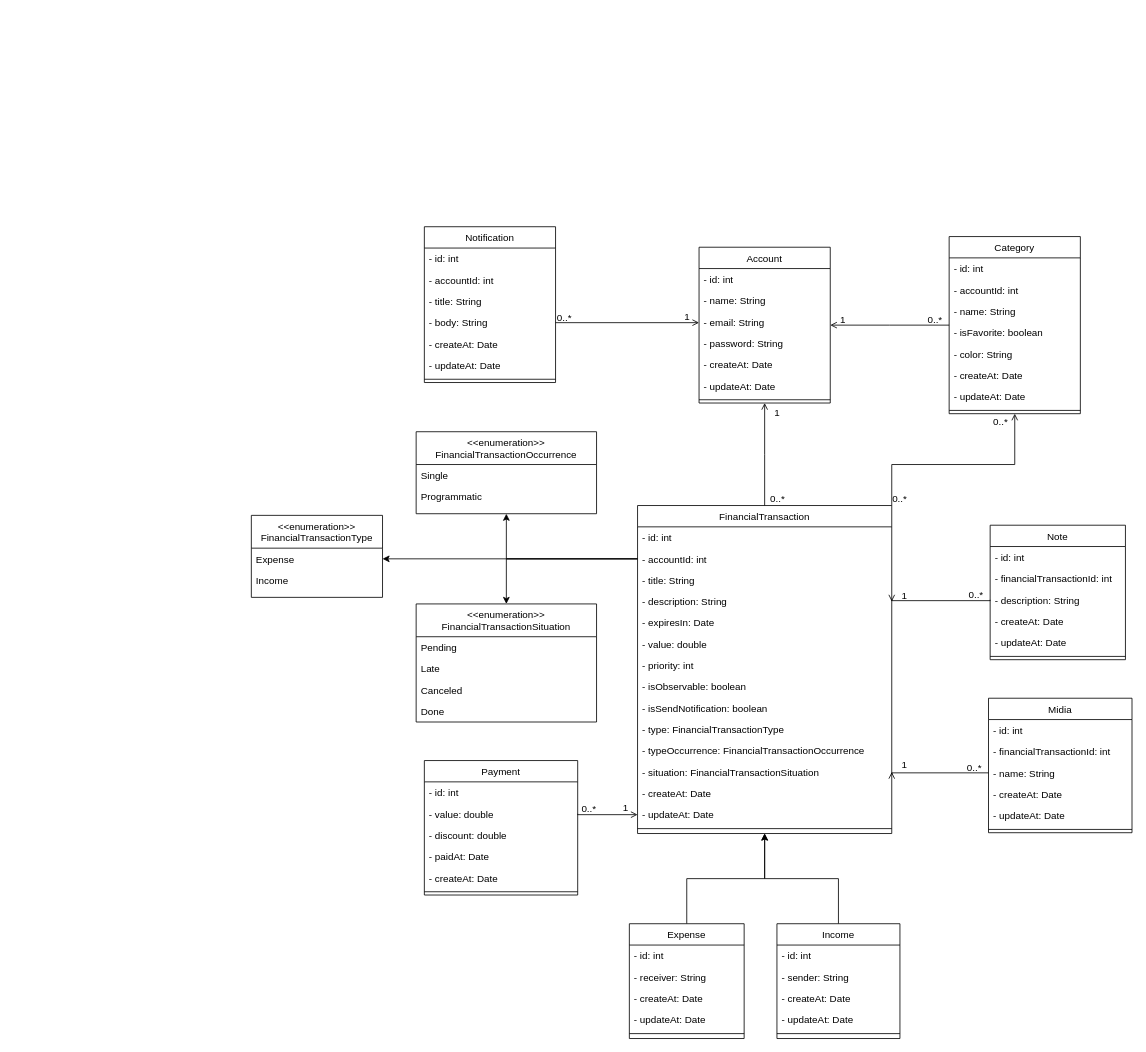
Before: docs/class.diagram.drawio in Danrley-Ruan-Saquetti/esliph-finance, a draw.io diagram. Source tidied: cells renumbered, new cells numbered last; positions are measured from the earlier drawing's top-left corner, leaving out a move shared by most shapes. Both pictures are drawn from the tidied source at 82%, with x=0, y=0 at pixel (251, 226).
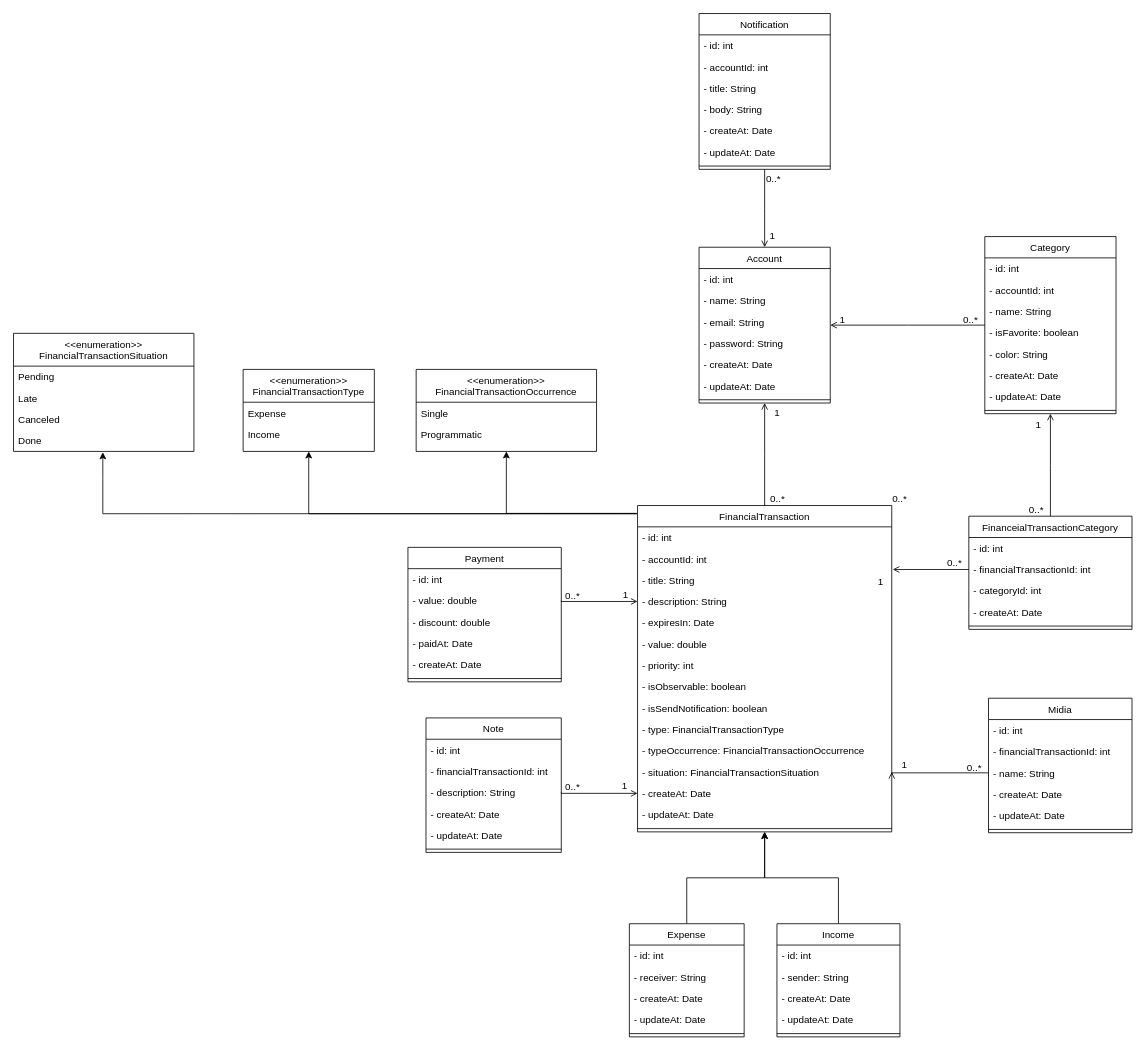
The same page after the edit.

The change refers to these unchanged cells:
```xml
<mxCell id="2" value="Account" style="swimlane;fontStyle=0;align=center;verticalAlign=top;horizontal=1;startSize=26;rounded=0;shadow=0;strokeWidth=1;" parent="1" vertex="1">
  <mxGeometry x="546" y="25" width="160" height="190" as="geometry" />
</mxCell>
<mxCell id="5" value="- email: String" style="text;align=left;verticalAlign=top;spacingLeft=4;spacingRight=4;overflow=hidden;points=[[0,0.5],[1,0.5]];portConstraint=eastwest;rounded=0;shadow=0;html=0;" parent="2" vertex="1">
  <mxGeometry y="78" width="160" height="26" as="geometry" />
</mxCell>
<mxCell id="27" value="- accountId: int" style="text;align=left;verticalAlign=top;spacingLeft=4;spacingRight=4;overflow=hidden;points=[[0,0.5],[1,0.5]];portConstraint=eastwest;" parent="25" vertex="1">
  <mxGeometry y="52" width="310" height="26" as="geometry" />
</mxCell>
<mxCell id="28" value="- title: String" style="text;align=left;verticalAlign=top;spacingLeft=4;spacingRight=4;overflow=hidden;points=[[0,0.5],[1,0.5]];portConstraint=eastwest;" parent="25" vertex="1">
  <mxGeometry y="78" width="310" height="26" as="geometry" />
</mxCell>
<mxCell id="29" value="- description: String" style="text;align=left;verticalAlign=top;spacingLeft=4;spacingRight=4;overflow=hidden;points=[[0,0.5],[1,0.5]];portConstraint=eastwest;" parent="25" vertex="1">
  <mxGeometry y="104" width="310" height="26" as="geometry" />
</mxCell>
<mxCell id="38" value="- createAt: Date" style="text;align=left;verticalAlign=top;spacingLeft=4;spacingRight=4;overflow=hidden;points=[[0,0.5],[1,0.5]];portConstraint=eastwest;rounded=0;shadow=0;html=0;" parent="25" vertex="1">
  <mxGeometry y="338" width="310" height="26" as="geometry" />
</mxCell>
<mxCell id="39" value="- updateAt: Date" style="text;align=left;verticalAlign=top;spacingLeft=4;spacingRight=4;overflow=hidden;points=[[0,0.5],[1,0.5]];portConstraint=eastwest;rounded=0;shadow=0;html=0;" parent="25" vertex="1">
  <mxGeometry y="364" width="310" height="26" as="geometry" />
</mxCell>
<mxCell id="42" value="Expense" style="text;align=left;verticalAlign=top;spacingLeft=4;spacingRight=4;overflow=hidden;points=[[0,0.5],[1,0.5]];portConstraint=eastwest;" parent="41" vertex="1">
  <mxGeometry y="40" width="160" height="26" as="geometry" />
</mxCell>
<mxCell id="51" value="Done" style="text;align=left;verticalAlign=top;spacingLeft=4;spacingRight=4;overflow=hidden;points=[[0,0.5],[1,0.5]];portConstraint=eastwest;" parent="47" vertex="1">
  <mxGeometry y="118" width="220" height="26" as="geometry" />
</mxCell>
<mxCell id="85" value="- body: String" style="text;align=left;verticalAlign=top;spacingLeft=4;spacingRight=4;overflow=hidden;points=[[0,0.5],[1,0.5]];portConstraint=eastwest;rounded=0;shadow=0;html=0;" parent="81" vertex="1">
  <mxGeometry y="104" width="160" height="26" as="geometry" />
</mxCell>
<mxCell id="105" value="- value: double" style="text;align=left;verticalAlign=top;spacingLeft=4;spacingRight=4;overflow=hidden;points=[[0,0.5],[1,0.5]];portConstraint=eastwest;" parent="103" vertex="1">
  <mxGeometry y="52" width="187" height="26" as="geometry" />
</mxCell>
```

Change to the diagram source:
```diff
@@
     <mxCell id="10" value="Category" style="swimlane;fontStyle=0;align=center;verticalAlign=top;horizontal=1;startSize=26;rounded=0;shadow=0;strokeWidth=1;" parent="1" vertex="1">
-      <mxGeometry x="851" y="12" width="160" height="216" as="geometry" />
+      <mxGeometry x="894.5" y="12" width="160" height="216" as="geometry" />
     </mxCell>
@@
-    <mxCell id="22" style="edgeStyle=orthogonalEdgeStyle;rounded=0;jettySize=auto;html=1;exitX=0;exitY=0.5;exitDx=0;exitDy=0;entryX=1;entryY=0.5;entryDx=0;entryDy=0;" parent="1" edge="1" source="27" target="42">
+    <mxCell id="22" style="edgeStyle=orthogonalEdgeStyle;rounded=0;jettySize=auto;html=1;exitX=-0.003;exitY=0.025;exitDx=0;exitDy=0;entryX=0.5;entryY=1;entryDx=0;entryDy=0;exitPerimeter=0;" parent="1" edge="1" source="25" target="41">
       <mxGeometry relative="1" as="geometry" />
     </mxCell>
-    <mxCell id="23" style="edgeStyle=orthogonalEdgeStyle;rounded=0;jettySize=auto;html=1;entryX=0.5;entryY=1;entryDx=0;entryDy=0;exitX=0;exitY=0.5;exitDx=0;exitDy=0;" parent="1" edge="1" source="27" target="44">
+    <mxCell id="23" style="edgeStyle=orthogonalEdgeStyle;rounded=0;jettySize=auto;html=1;entryX=0.5;entryY=1;entryDx=0;entryDy=0;exitX=-0.001;exitY=0.024;exitDx=0;exitDy=0;exitPerimeter=0;" parent="1" edge="1" source="25" target="44">
       <mxGeometry relative="1" as="geometry" />
     </mxCell>
-    <mxCell id="24" style="edgeStyle=orthogonalEdgeStyle;rounded=0;jettySize=auto;html=1;entryX=0.5;entryY=0;entryDx=0;entryDy=0;" parent="1" edge="1" source="27" target="47">
+    <mxCell id="24" style="edgeStyle=orthogonalEdgeStyle;rounded=0;jettySize=auto;html=1;entryX=0.495;entryY=1.04;entryDx=0;entryDy=0;entryPerimeter=0;exitX=-0.003;exitY=0.025;exitDx=0;exitDy=0;exitPerimeter=0;" parent="1" edge="1" source="25" target="51">
       <mxGeometry relative="1" as="geometry" />
     </mxCell>
     <mxCell id="25" value="FinancialTransaction" style="swimlane;fontStyle=0;align=center;verticalAlign=top;horizontal=1;startSize=26;rounded=0;shadow=0;strokeWidth=1;" parent="1" vertex="1">
-      <mxGeometry x="471" y="340" width="310" height="400" as="geometry" />
+      <mxGeometry x="471" y="340" width="310" height="398" as="geometry" />
     </mxCell>
@@
     <mxCell id="41" value="&lt;&lt;enumeration&gt;&gt;&#10;FinancialTransactionType" style="swimlane;fontStyle=0;align=center;verticalAlign=top;horizontal=1;startSize=40;rounded=0;shadow=0;strokeWidth=1;" parent="1" vertex="1">
-      <mxGeometry y="352" width="160" height="100" as="geometry" />
+      <mxGeometry x="-10" y="174" width="160" height="100" as="geometry" />
     </mxCell>
@@
     <mxCell id="44" value="&lt;&lt;enumeration&gt;&gt;&#10;FinancialTransactionOccurrence" style="swimlane;fontStyle=0;align=center;verticalAlign=top;horizontal=1;startSize=40;rounded=0;shadow=0;strokeWidth=1;" parent="1" vertex="1">
-      <mxGeometry x="201" y="250" width="220" height="100" as="geometry" />
+      <mxGeometry x="201" y="174" width="220" height="100" as="geometry" />
     </mxCell>
@@
     <mxCell id="47" value="&lt;&lt;enumeration&gt;&gt;&#10;FinancialTransactionSituation" style="swimlane;fontStyle=0;align=center;verticalAlign=top;horizontal=1;startSize=40;rounded=0;shadow=0;strokeWidth=1;" parent="1" vertex="1">
-      <mxGeometry x="201" y="460" width="220" height="144" as="geometry" />
+      <mxGeometry x="-290" y="130" width="220" height="144" as="geometry" />
     </mxCell>
@@
     <mxCell id="53" value="Expense" style="swimlane;fontStyle=0;align=center;verticalAlign=top;horizontal=1;startSize=26;rounded=0;shadow=0;strokeWidth=1;" parent="1" vertex="1">
-      <mxGeometry x="461" y="850" width="140" height="140" as="geometry" />
+      <mxGeometry x="461" y="850" width="140" height="138" as="geometry" />
     </mxCell>
@@
     <mxCell id="60" value="Income" style="swimlane;fontStyle=0;align=center;verticalAlign=top;horizontal=1;startSize=26;rounded=0;shadow=0;strokeWidth=1;" parent="1" vertex="1">
-      <mxGeometry x="641" y="850" width="150" height="140" as="geometry" />
+      <mxGeometry x="641" y="850" width="150" height="138" as="geometry" />
     </mxCell>
@@
-    <mxCell id="69" style="endArrow=open;shadow=0;strokeWidth=1;rounded=0;endFill=1;edgeStyle=elbowEdgeStyle;elbow=vertical;exitX=1;exitY=0;exitDx=0;exitDy=0;entryX=0.5;entryY=1;entryDx=0;entryDy=0;" parent="1" edge="1" source="25" target="10">
-      <mxGeometry x="0.5" y="41" relative="1" as="geometry">
-        <Array as="points">
-          <mxPoint x="861" y="290" />
-        </Array>
-        <mxPoint x="-40" y="32" as="offset" />
-      </mxGeometry>
-    </mxCell>
-    <mxCell id="70" value="0..*" style="align=right;verticalAlign=bottom;labelBackgroundColor=none;fontSize=12;" parent="69" vertex="1">
-      <mxGeometry x="1" relative="1" as="geometry">
-        <mxPoint x="-7" y="18" as="offset" />
-      </mxGeometry>
-    </mxCell>
-    <mxCell id="71" value="Note" style="swimlane;fontStyle=0;align=center;verticalAlign=top;horizontal=1;startSize=26;rounded=0;shadow=0;strokeWidth=1;" parent="1" vertex="1">
-      <mxGeometry x="901" y="364" width="165" height="164" as="geometry" />
-    </mxCell>
-    <mxCell id="72" value="- id: int" style="text;align=left;verticalAlign=top;spacingLeft=4;spacingRight=4;overflow=hidden;" parent="71" vertex="1">
-      <mxGeometry y="26" width="165" height="26" as="geometry" />
-    </mxCell>
-    <mxCell id="73" value="- financialTransactionId: int" style="text;align=left;verticalAlign=top;spacingLeft=4;spacingRight=4;overflow=hidden;" parent="71" vertex="1">
-      <mxGeometry y="52" width="165" height="26" as="geometry" />
-    </mxCell>
-    <mxCell id="74" value="- description: String" style="text;align=left;verticalAlign=top;spacingLeft=4;spacingRight=4;overflow=hidden;points=[[0,0.5],[1,0.5]];portConstraint=eastwest;" parent="71" vertex="1">
-      <mxGeometry y="78" width="165" height="26" as="geometry" />
-    </mxCell>
-    <mxCell id="75" value="- createAt: Date" style="text;align=left;verticalAlign=top;spacingLeft=4;spacingRight=4;overflow=hidden;rounded=0;shadow=0;html=0;" parent="71" vertex="1">
-      <mxGeometry y="104" width="165" height="26" as="geometry" />
-    </mxCell>
-    <mxCell id="76" value="- updateAt: Date" style="text;align=left;verticalAlign=top;spacingLeft=4;spacingRight=4;overflow=hidden;rounded=0;shadow=0;html=0;" parent="71" vertex="1">
-      <mxGeometry y="130" width="165" height="26" as="geometry" />
-    </mxCell>
-    <mxCell id="77" style="line;html=1;strokeWidth=1;align=left;verticalAlign=middle;spacingTop=-1;spacingLeft=3;spacingRight=3;labelPosition=right;" parent="71" vertex="1">
-      <mxGeometry y="156" width="165" height="8" as="geometry" />
-    </mxCell>
-    <mxCell id="78" style="endArrow=open;shadow=0;strokeWidth=1;rounded=0;endFill=1;edgeStyle=elbowEdgeStyle;elbow=vertical;exitX=0;exitY=0.5;exitDx=0;exitDy=0;entryX=1;entryY=0.5;entryDx=0;entryDy=0;" parent="1" edge="1" source="74" target="29">
-      <mxGeometry x="0.5" y="41" relative="1" as="geometry">
-        <mxPoint x="-40" y="32" as="offset" />
-      </mxGeometry>
-    </mxCell>
-    <mxCell id="79" value="0..*" style="align=left;verticalAlign=bottom;labelBackgroundColor=none;fontSize=12;" parent="78" vertex="1">
-      <mxGeometry x="-1" relative="1" as="geometry">
-        <mxPoint x="-28" y="2" as="offset" />
-      </mxGeometry>
-    </mxCell>
-    <mxCell id="80" value="1" style="align=right;verticalAlign=bottom;labelBackgroundColor=none;fontSize=12;" parent="78" vertex="1">
-      <mxGeometry x="1" relative="1" as="geometry">
-        <mxPoint x="20" y="2" as="offset" />
-      </mxGeometry>
-    </mxCell>
     <mxCell id="81" value="Notification" style="swimlane;fontStyle=0;align=center;verticalAlign=top;horizontal=1;startSize=26;rounded=0;shadow=0;strokeWidth=1;" parent="1" vertex="1">
-      <mxGeometry x="211" width="160" height="190" as="geometry" />
+      <mxGeometry x="546" y="-260" width="160" height="190" as="geometry" />
     </mxCell>
@@
-    <mxCell id="99" style="endArrow=open;shadow=0;strokeWidth=1;rounded=0;endFill=1;edgeStyle=elbowEdgeStyle;elbow=vertical;entryX=0;entryY=0.5;entryDx=0;entryDy=0;exitX=1;exitY=0.5;exitDx=0;exitDy=0;" parent="1" edge="1" source="85" target="5">
+    <mxCell id="99" style="endArrow=open;shadow=0;strokeWidth=1;rounded=0;endFill=1;edgeStyle=elbowEdgeStyle;elbow=vertical;entryX=0.5;entryY=0;entryDx=0;entryDy=0;exitX=0.5;exitY=1;exitDx=0;exitDy=0;" parent="1" edge="1" source="81" target="2">
       <mxGeometry x="0.5" y="41" relative="1" as="geometry">
         <mxPoint x="-40" y="32" as="offset" />
       </mxGeometry>
     </mxCell>
     <mxCell id="100" value="0..*" style="align=left;verticalAlign=bottom;labelBackgroundColor=none;fontSize=12;" parent="99" vertex="1">
       <mxGeometry x="-1" relative="1" as="geometry">
-        <mxPoint y="2" as="offset" />
+        <mxPoint y="20" as="offset" />
       </mxGeometry>
     </mxCell>
     <mxCell id="101" value="1" style="align=right;verticalAlign=bottom;labelBackgroundColor=none;fontSize=12;" parent="99" vertex="1">
       <mxGeometry x="1" relative="1" as="geometry">
-        <mxPoint x="-10" y="2" as="offset" />
+        <mxPoint x="14" y="-5" as="offset" />
       </mxGeometry>
     </mxCell>
@@
     <mxCell id="103" value="Payment" style="swimlane;fontStyle=0;align=center;verticalAlign=top;horizontal=1;startSize=26;rounded=0;shadow=0;strokeWidth=1;" parent="1" vertex="1">
-      <mxGeometry x="211" y="651" width="187" height="164" as="geometry" />
+      <mxGeometry x="191" y="391" width="187" height="164" as="geometry" />
     </mxCell>
@@
-    <mxCell id="110" style="endArrow=open;shadow=0;strokeWidth=1;rounded=0;endFill=1;edgeStyle=elbowEdgeStyle;elbow=vertical;exitX=1;exitY=0.5;exitDx=0;exitDy=0;entryX=0;entryY=0.5;entryDx=0;entryDy=0;" parent="1" edge="1" source="105" target="39">
+    <mxCell id="110" style="endArrow=open;shadow=0;strokeWidth=1;rounded=0;endFill=1;edgeStyle=elbowEdgeStyle;elbow=vertical;exitX=1;exitY=0.5;exitDx=0;exitDy=0;entryX=0;entryY=0.5;entryDx=0;entryDy=0;" parent="1" edge="1" source="105" target="29">
       <mxGeometry x="0.5" y="41" relative="1" as="geometry">
         <mxPoint x="-40" y="32" as="offset" />
       </mxGeometry>
     </mxCell>
@@
+    <mxCell id="71" value="Note" style="swimlane;fontStyle=0;align=center;verticalAlign=top;horizontal=1;startSize=26;rounded=0;shadow=0;strokeWidth=1;" parent="1" vertex="1">
+      <mxGeometry x="213" y="599" width="165" height="164" as="geometry" />
+    </mxCell>
+    <mxCell id="72" value="- id: int" style="text;align=left;verticalAlign=top;spacingLeft=4;spacingRight=4;overflow=hidden;" parent="71" vertex="1">
+      <mxGeometry y="26" width="165" height="26" as="geometry" />
+    </mxCell>
+    <mxCell id="73" value="- financialTransactionId: int" style="text;align=left;verticalAlign=top;spacingLeft=4;spacingRight=4;overflow=hidden;" parent="71" vertex="1">
+      <mxGeometry y="52" width="165" height="26" as="geometry" />
+    </mxCell>
+    <mxCell id="74" value="- description: String" style="text;align=left;verticalAlign=top;spacingLeft=4;spacingRight=4;overflow=hidden;points=[[0,0.5],[1,0.5]];portConstraint=eastwest;" parent="71" vertex="1">
+      <mxGeometry y="78" width="165" height="26" as="geometry" />
+    </mxCell>
+    <mxCell id="75" value="- createAt: Date" style="text;align=left;verticalAlign=top;spacingLeft=4;spacingRight=4;overflow=hidden;rounded=0;shadow=0;html=0;" parent="71" vertex="1">
+      <mxGeometry y="104" width="165" height="26" as="geometry" />
+    </mxCell>
+    <mxCell id="76" value="- updateAt: Date" style="text;align=left;verticalAlign=top;spacingLeft=4;spacingRight=4;overflow=hidden;rounded=0;shadow=0;html=0;" parent="71" vertex="1">
+      <mxGeometry y="130" width="165" height="26" as="geometry" />
+    </mxCell>
+    <mxCell id="77" style="line;html=1;strokeWidth=1;align=left;verticalAlign=middle;spacingTop=-1;spacingLeft=3;spacingRight=3;labelPosition=right;" parent="71" vertex="1">
+      <mxGeometry y="156" width="165" height="8" as="geometry" />
+    </mxCell>
+    <mxCell id="113" style="endArrow=open;shadow=0;strokeWidth=1;rounded=0;endFill=1;edgeStyle=elbowEdgeStyle;elbow=vertical;exitX=1;exitY=0.5;exitDx=0;exitDy=0;entryX=0;entryY=0.5;entryDx=0;entryDy=0;" parent="1" edge="1" source="74" target="38">
+      <mxGeometry x="0.5" y="41" relative="1" as="geometry">
+        <mxPoint x="-40" y="32" as="offset" />
+      </mxGeometry>
+    </mxCell>
+    <mxCell id="114" value="0..*" style="align=left;verticalAlign=bottom;labelBackgroundColor=none;fontSize=12;" parent="113" vertex="1">
+      <mxGeometry x="-1" relative="1" as="geometry">
+        <mxPoint x="3" y="2" as="offset" />
+      </mxGeometry>
+    </mxCell>
+    <mxCell id="115" value="1" style="align=right;verticalAlign=bottom;labelBackgroundColor=none;fontSize=12;" parent="113" vertex="1">
+      <mxGeometry x="1" relative="1" as="geometry">
+        <mxPoint x="-11" y="-1" as="offset" />
+      </mxGeometry>
+    </mxCell>
+    <mxCell id="116" value="FinanceialTransactionCategory" style="swimlane;fontStyle=0;align=center;verticalAlign=top;horizontal=1;startSize=26;rounded=0;shadow=0;strokeWidth=1;" parent="1" vertex="1">
+      <mxGeometry x="875" y="353" width="199" height="138" as="geometry" />
+    </mxCell>
+    <mxCell id="117" value="- id: int" style="text;align=left;verticalAlign=top;spacingLeft=4;spacingRight=4;overflow=hidden;" parent="116" vertex="1">
+      <mxGeometry y="26" width="199" height="26" as="geometry" />
+    </mxCell>
+    <mxCell id="118" value="- financialTransactionId: int" style="text;align=left;verticalAlign=top;spacingLeft=4;spacingRight=4;overflow=hidden;points=[[0,0.5],[1,0.5]];portConstraint=eastwest;" parent="116" vertex="1">
+      <mxGeometry y="52" width="199" height="26" as="geometry" />
+    </mxCell>
+    <mxCell id="119" value="- categoryId: int" style="text;align=left;verticalAlign=top;spacingLeft=4;spacingRight=4;overflow=hidden;" parent="116" vertex="1">
+      <mxGeometry y="78" width="199" height="26" as="geometry" />
+    </mxCell>
+    <mxCell id="120" value="- createAt: Date" style="text;align=left;verticalAlign=top;spacingLeft=4;spacingRight=4;overflow=hidden;rounded=0;shadow=0;html=0;" parent="116" vertex="1">
+      <mxGeometry y="104" width="199" height="26" as="geometry" />
+    </mxCell>
+    <mxCell id="121" style="line;html=1;strokeWidth=1;align=left;verticalAlign=middle;spacingTop=-1;spacingLeft=3;spacingRight=3;labelPosition=right;" parent="116" vertex="1">
+      <mxGeometry y="130" width="199" height="8" as="geometry" />
+    </mxCell>
+    <mxCell id="122" style="endArrow=open;shadow=0;strokeWidth=1;rounded=0;endFill=1;edgeStyle=elbowEdgeStyle;elbow=vertical;entryX=0.5;entryY=1;entryDx=0;entryDy=0;exitX=0.5;exitY=0;exitDx=0;exitDy=0;" parent="1" edge="1" source="116" target="10">
+      <mxGeometry x="0.5" y="41" relative="1" as="geometry">
+        <mxPoint x="-40" y="32" as="offset" />
+      </mxGeometry>
+    </mxCell>
+    <mxCell id="123" value="0..*" style="align=left;verticalAlign=bottom;labelBackgroundColor=none;fontSize=12;" parent="122" vertex="1">
+      <mxGeometry x="-1" relative="1" as="geometry">
+        <mxPoint x="-28" as="offset" />
+      </mxGeometry>
+    </mxCell>
+    <mxCell id="124" value="1" style="align=right;verticalAlign=bottom;labelBackgroundColor=none;fontSize=12;" parent="122" vertex="1">
+      <mxGeometry x="1" relative="1" as="geometry">
+        <mxPoint x="-10" y="22" as="offset" />
+      </mxGeometry>
+    </mxCell>
+    <mxCell id="125" style="endArrow=open;shadow=0;strokeWidth=1;rounded=0;endFill=1;edgeStyle=elbowEdgeStyle;elbow=vertical;entryX=1.004;entryY=0.033;entryDx=0;entryDy=0;exitX=0;exitY=0.5;exitDx=0;exitDy=0;entryPerimeter=0;" parent="1" edge="1" source="118" target="28">
+      <mxGeometry x="0.5" y="41" relative="1" as="geometry">
+        <mxPoint x="-40" y="32" as="offset" />
+      </mxGeometry>
+    </mxCell>
+    <mxCell id="126" value="0..*" style="align=left;verticalAlign=bottom;labelBackgroundColor=none;fontSize=12;" parent="125" vertex="1">
+      <mxGeometry x="-1" relative="1" as="geometry">
+        <mxPoint x="-28" as="offset" />
+      </mxGeometry>
+    </mxCell>
+    <mxCell id="127" value="1" style="align=right;verticalAlign=bottom;labelBackgroundColor=none;fontSize=12;" parent="125" vertex="1">
+      <mxGeometry x="1" relative="1" as="geometry">
+        <mxPoint x="-10" y="22" as="offset" />
+      </mxGeometry>
+    </mxCell>
```
